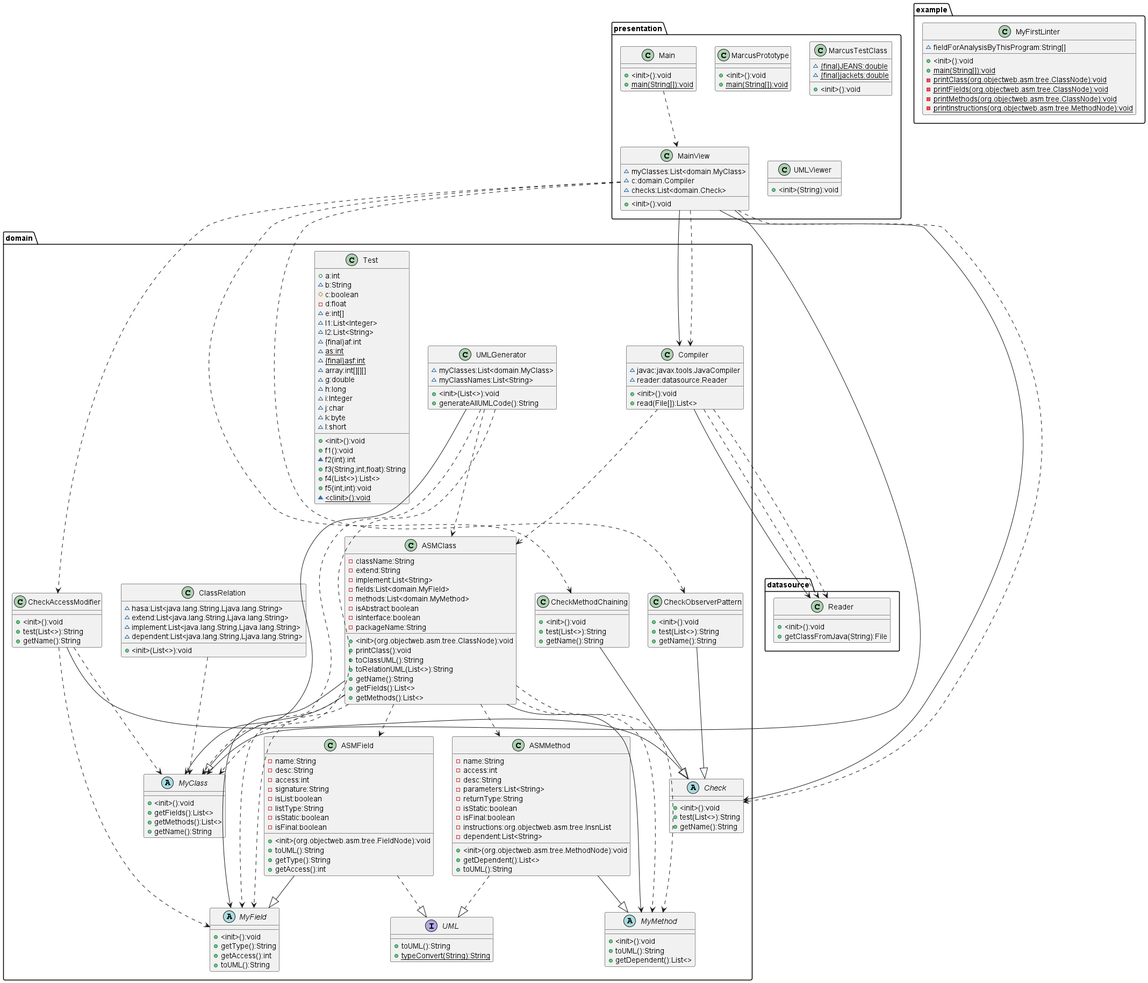
Above: src/main/resources/uml.png in 17hsteward/linter-project (PlantUML), before the change.
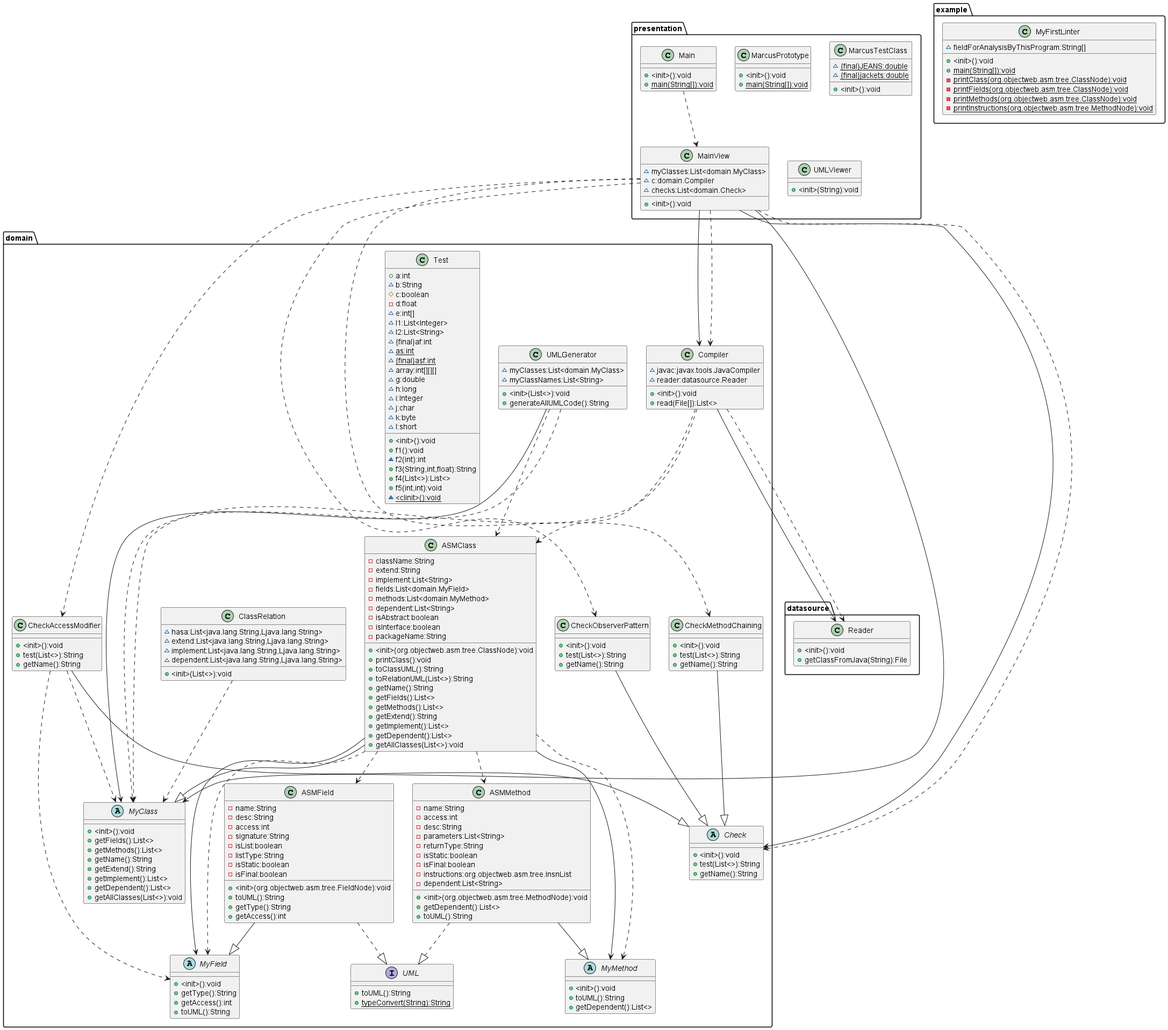
After the commit.

Diff of the diagram source:
```diff
@@ -8,16 +8,19 @@
     -{static}printMethods(org.objectweb.asm.tree.ClassNode):void
     -{static}printInstructions(org.objectweb.asm.tree.MethodNode):void
 }
+
 class datasource.Reader{
     +<init>():void
     +getClassFromJava(String):File
 }
+
 class domain.ASMClass{
     -className:String
     -extend:String
     -implement:List<String>
     -fields:List<domain.MyField>
     -methods:List<domain.MyMethod>
+    -dependent:List<String>
     -isAbstract:boolean
     -isInterface:boolean
     -packageName:String
@@ -28,7 +31,12 @@
     +getName():String
     +getFields():List<>
     +getMethods():List<>
+    +getExtend():String
+    +getImplement():List<>
+    +getDependent():List<>
+    +getAllClasses(List<>):void
 }
+
 class domain.ASMField{
     -name:String
     -desc:String
@@ -43,6 +51,7 @@
     +getType():String
     +getAccess():int
 }
+
 class domain.ASMMethod{
     -name:String
     -access:int
@@ -57,26 +66,31 @@
     +getDependent():List<>
     +toUML():String
 }
+
 abstract class domain.Check{
     +<init>():void
     +test(List<>):String
     +getName():String
 }
+
 class domain.CheckAccessModifier{
     +<init>():void
     +test(List<>):String
     +getName():String
 }
+
 class domain.CheckMethodChaining{
     +<init>():void
     +test(List<>):String
     +getName():String
 }
+
 class domain.CheckObserverPattern{
     +<init>():void
     +test(List<>):String
     +getName():String
 }
+
 class domain.ClassRelation{
     ~hasa:List<java.lang.String,Ljava.lang.String>
     ~extend:List<java.lang.String,Ljava.lang.String>
@@ -84,61 +98,77 @@
     ~dependent:List<java.lang.String,Ljava.lang.String>
     +<init>(List<>):void
 }
+
 class domain.Compiler{
     ~javac:javax.tools.JavaCompiler
     ~reader:datasource.Reader
     +<init>():void
     +read(File[]):List<>
 }
+
 abstract class domain.MyClass{
     +<init>():void
     +getFields():List<>
     +getMethods():List<>
     +getName():String
+    +getExtend():String
+    +getImplement():List<>
+    +getDependent():List<>
+    +getAllClasses(List<>):void
 }
+
 abstract class domain.MyField{
     +<init>():void
     +getType():String
     +getAccess():int
     +toUML():String
 }
+
 abstract class domain.MyMethod{
     +<init>():void
     +toUML():String
     +getDependent():List<>
 }
+
 interface domain.UML{
     +toUML():String
     +{static}typeConvert(String):String
 }
+
 class domain.UMLGenerator{
     ~myClasses:List<domain.MyClass>
     ~myClassNames:List<String>
     +<init>(List<>):void
     +generateAllUMLCode():String
 }
+
 class presentation.Main{
     +<init>():void
     +{static}main(String[]):void
 }
+
 class presentation.MainView{
     ~myClasses:List<domain.MyClass>
     ~c:domain.Compiler
     ~checks:List<domain.Check>
     +<init>():void
 }
+
 class presentation.MarcusPrototype{
     +<init>():void
     +{static}main(String[]):void
 }
+
 class presentation.MarcusTestClass{
     ~{static}{final}JEANS:double
     ~{static}{final}jackets:double
     +<init>():void
 }
+
 class presentation.UMLViewer{
     +<init>(String):void
 }
+
 class domain.Test{
     +a:int
     ~b:String
@@ -165,13 +195,12 @@
     +f5(int,int):void
     ~{static}<clinit>():void
 }
+
 domain.ASMClass-->domain.MyField
 domain.ASMClass-->domain.MyMethod
 domain.ASMClass--|>domain.MyClass
 domain.ASMClass..>domain.ASMField
 domain.ASMClass..>domain.ASMMethod
-domain.ASMClass..>domain.MyField
-domain.ASMClass..>domain.MyMethod
 domain.ASMClass..>domain.MyField
 domain.ASMClass..>domain.MyMethod
 domain.ASMField--|>domain.MyField
@@ -185,11 +214,10 @@
 domain.CheckObserverPattern--|>domain.Check
 domain.ClassRelation..>domain.MyClass
 domain.Compiler-->datasource.Reader
+domain.Compiler..>domain.ASMClass
+domain.Compiler..>domain.MyClass
 domain.Compiler..>datasource.Reader
-domain.Compiler..>datasource.Reader
-domain.Compiler..>domain.ASMClass
 domain.UMLGenerator-->domain.MyClass
-domain.UMLGenerator..>domain.MyClass
 domain.UMLGenerator..>domain.MyClass
 domain.UMLGenerator..>domain.ASMClass
 presentation.Main..>presentation.MainView
```
